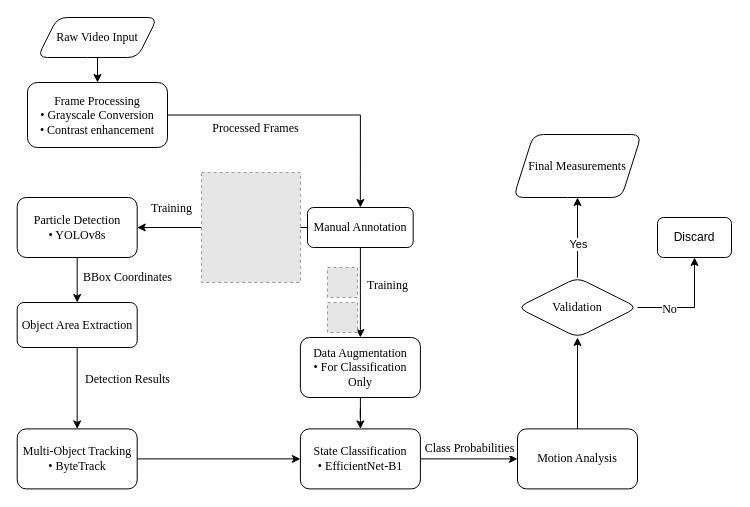
14790897/550-preprocess keeps this draw.io diagram as Untitled Diagram.drawio. Above is the earlier version. Source tidied: cells renumbered, new cells numbered last; positions are measured from the earlier drawing's top-left corner, leaving out a move shared by most shapes. Both pictures are drawn from the tidied source at 100%, with x=0, y=0 at pixel (17, 17). Pictures stored in the file or linked from it are replaced by grey dashed boxes.
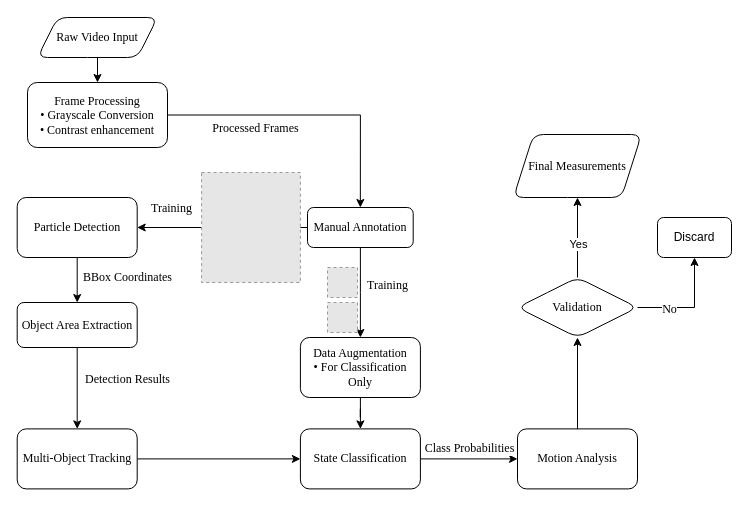
The same diagram, later.

Commit message:
remove specific method

The edit, as a diff of the source:
```diff
@@
-    <mxCell id="9" value="Particle Detection&lt;div&gt;• YOLOv8s&lt;/div&gt;" style="rounded=1;whiteSpace=wrap;html=1;shadow=0;glass=0;strokeColor=default;strokeWidth=1;align=center;verticalAlign=middle;fontFamily=Times New Roman;fontSize=12;fontColor=default;fillColor=default;" parent="1" vertex="1">
+    <mxCell id="9" value="Particle Detection" style="rounded=1;whiteSpace=wrap;html=1;shadow=0;glass=0;strokeColor=default;strokeWidth=1;align=center;verticalAlign=middle;fontFamily=Times New Roman;fontSize=12;fontColor=default;fillColor=default;" parent="1" vertex="1">
       <mxGeometry x="-0.3" y="180" width="120" height="60" as="geometry" />
     </mxCell>
@@
-    <mxCell id="14" value="Multi-Object Tracking&lt;div&gt;• ByteTrack&lt;/div&gt;" style="rounded=1;whiteSpace=wrap;html=1;shadow=0;glass=0;strokeColor=default;strokeWidth=1;align=center;verticalAlign=middle;fontFamily=Times New Roman;fontSize=12;fontColor=default;fillColor=default;" parent="1" vertex="1">
+    <mxCell id="14" value="Multi-Object Tracking" style="rounded=1;whiteSpace=wrap;html=1;shadow=0;glass=0;strokeColor=default;strokeWidth=1;align=center;verticalAlign=middle;fontFamily=Times New Roman;fontSize=12;fontColor=default;fillColor=default;" parent="1" vertex="1">
       <mxGeometry x="-0.3" y="411.4" width="120" height="60" as="geometry" />
     </mxCell>
@@
-    <mxCell id="17" value="State Classification&lt;div&gt;• EfficientNet-B1&lt;/div&gt;" style="rounded=1;whiteSpace=wrap;html=1;shadow=0;glass=0;strokeColor=default;strokeWidth=1;align=center;verticalAlign=middle;fontFamily=Times New Roman;fontSize=12;fontColor=default;fillColor=default;" parent="1" vertex="1">
+    <mxCell id="17" value="State Classification" style="rounded=1;whiteSpace=wrap;html=1;shadow=0;glass=0;strokeColor=default;strokeWidth=1;align=center;verticalAlign=middle;fontFamily=Times New Roman;fontSize=12;fontColor=default;fillColor=default;" parent="1" vertex="1">
       <mxGeometry x="282.9" y="411.4" width="120" height="60" as="geometry" />
     </mxCell>
```
